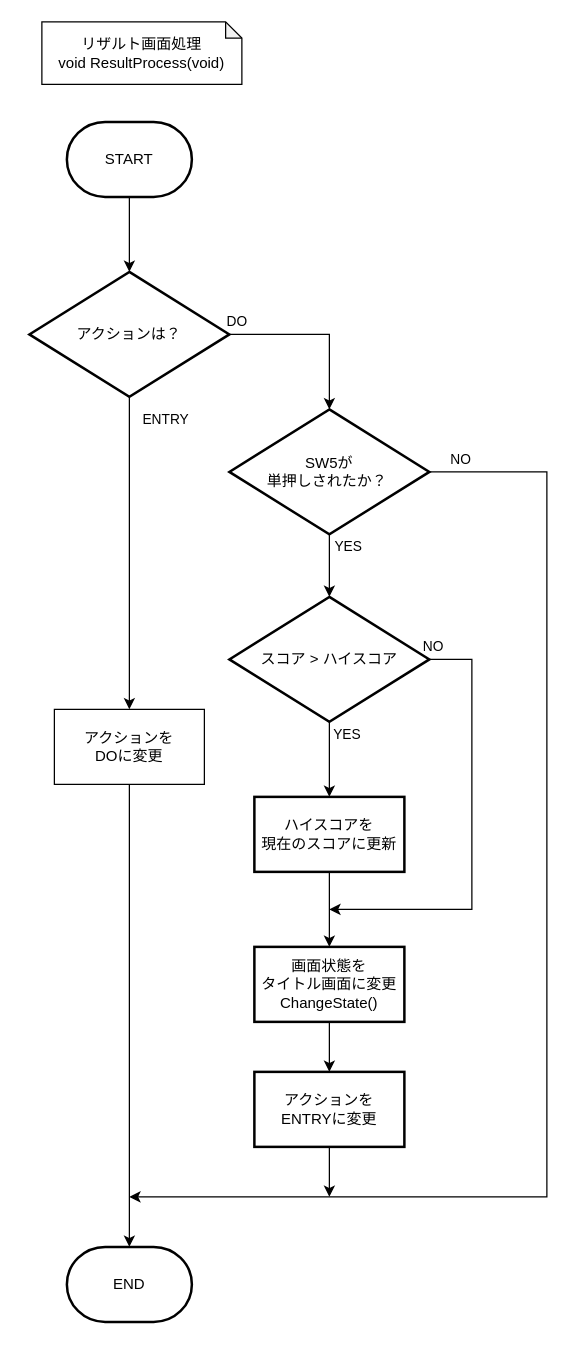
Above: 資料/設計書/フローチャート/モグラ叩き_フローチャート_リザルト.drawio in hakohumi/comp.train.whack-a-mole (draw.io), before the change. Source tidied: cells renumbered, new cells numbered last; positions are measured from the earlier drawing's top-left corner, leaving out a move shared by most shapes. Both pictures are drawn from the tidied source at 125%, with x=0, y=0 at pixel (29, 21).
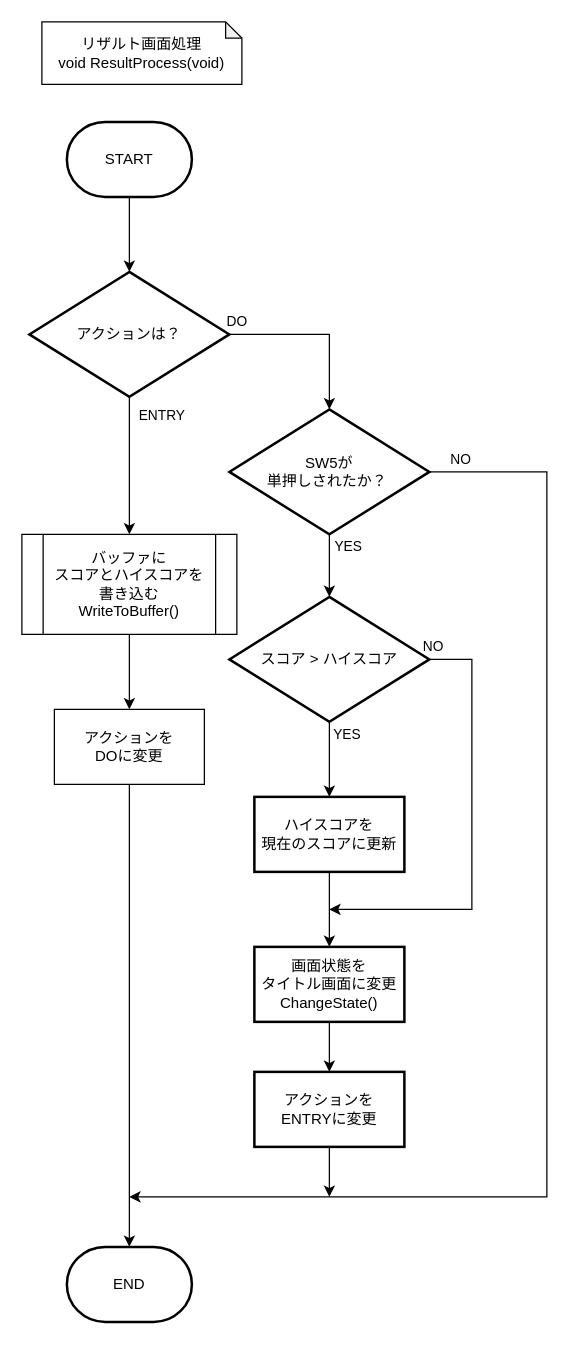
The same page after the edit.

The change refers to these unchanged cells:
```xml
<mxCell id="7" value="アクションは？" style="strokeWidth=2;html=1;shape=mxgraph.flowchart.decision;whiteSpace=wrap;" parent="1" vertex="1">
  <mxGeometry y="200" width="160" height="100" as="geometry" />
</mxCell>
<mxCell id="14" value="アクションを&lt;br&gt;DOに変更" style="whiteSpace=wrap;html=1;" parent="1" vertex="1">
  <mxGeometry x="20" y="550" width="120" height="60" as="geometry" />
</mxCell>
```

What changed in the source:
```diff
@@
+    <mxCell id="24" style="edgeStyle=orthogonalEdgeStyle;rounded=0;jettySize=auto;html=1;" parent="1" edge="1" source="7" target="25">
+      <mxGeometry relative="1" as="geometry" />
+    </mxCell>
@@
-    <mxCell id="12" value="ENTRY" style="edgeStyle=orthogonalEdgeStyle;rounded=0;jettySize=auto;html=1;entryX=0.5;entryY=0;entryDx=0;entryDy=0;" parent="1" edge="1" source="7" target="14">
-      <mxGeometry x="-0.86" y="29" relative="1" as="geometry" />
+    <mxCell id="12" value="ENTRY" style="edgeStyle=orthogonalEdgeStyle;rounded=0;jettySize=auto;html=1;entryX=0.5;entryY=0;entryDx=0;entryDy=0;exitX=0.5;exitY=1;exitDx=0;exitDy=0;" parent="1" edge="1" source="25" target="14">
+      <mxGeometry x="-1" y="177" relative="1" as="geometry">
+        <mxPoint x="-151" y="-175" as="offset" />
+      </mxGeometry>
     </mxCell>
@@
+    <mxCell id="25" value="バッファに&lt;br&gt;スコアとハイスコアを&lt;br&gt;書き込む&lt;br&gt;WriteToBuffer()" style="shape=process;whiteSpace=wrap;html=1;backgroundOutline=1;" parent="1" vertex="1">
+      <mxGeometry x="-6" y="410" width="172" height="80" as="geometry" />
+    </mxCell>
```
